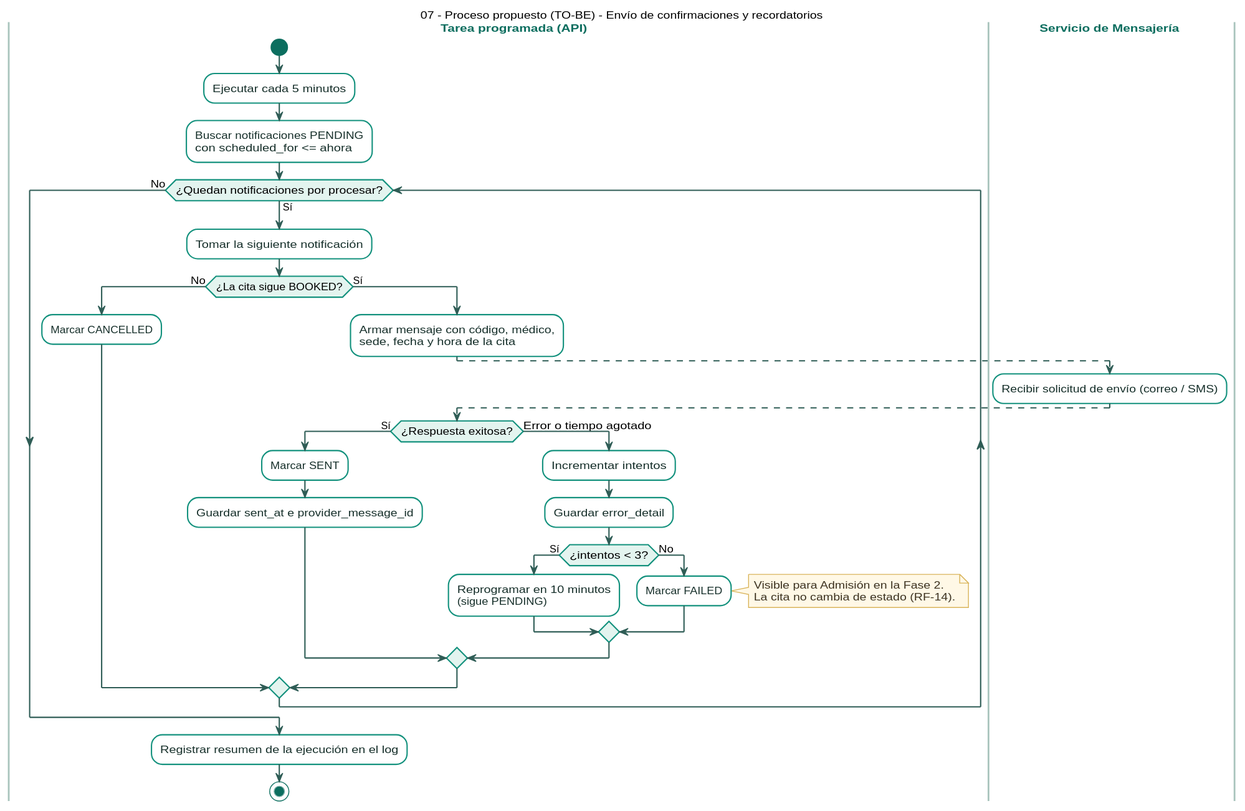
Jimena-CC/ProyectoCitasMedicas keeps this PlantUML diagram as docs/diagrams/processes/proposed/img/04-process-notifications.svg. Above is the earlier version.
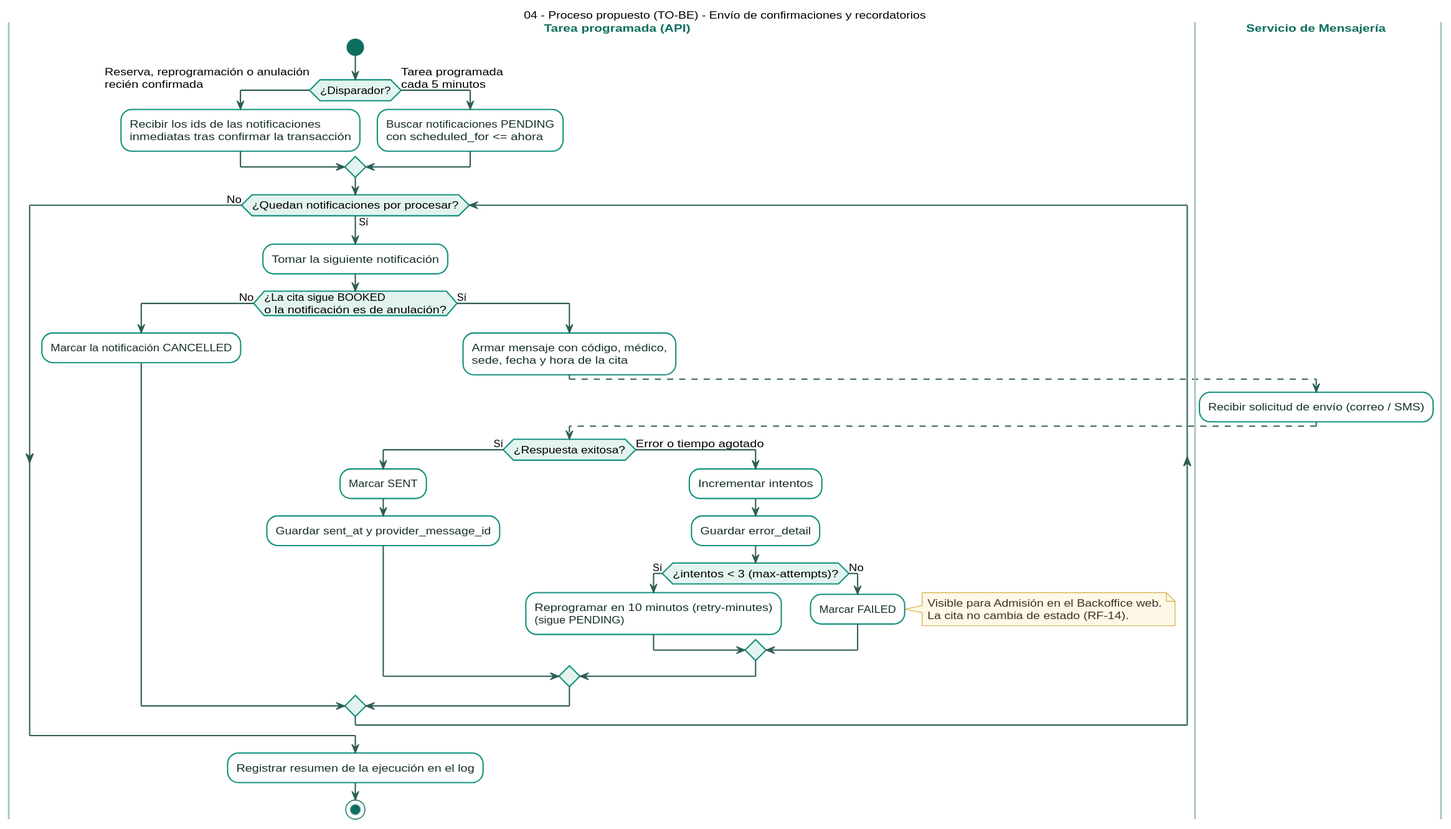
After the change.

Change to the diagram source:
```diff
@@ -1,5 +1,5 @@
 @startuml
-title 07 - Proceso propuesto (TO-BE) - Envío de confirmaciones y recordatorios
+title 04 - Proceso propuesto (TO-BE) - Envío de confirmaciones y recordatorios
 
 skinparam shadowing false
 skinparam roundCorner 10
@@ -29,13 +29,16 @@
 
 |Tarea programada (API)|
 start
-:Ejecutar cada 5 minutos;
-:Buscar notificaciones PENDING\ncon scheduled_for <= ahora;
+if (¿Disparador?) then (Reserva, reprogramación o anulación\nrecién confirmada)
+  :Recibir los ids de las notificaciones\ninmediatas tras confirmar la transacción;
+else (Tarea programada\ncada 5 minutos)
+  :Buscar notificaciones PENDING\ncon scheduled_for <= ahora;
+endif
 
 while (¿Quedan notificaciones por procesar?) is (Sí)
   :Tomar la siguiente notificación;
-  if (¿La cita sigue BOOKED?) then (No)
-    :Marcar CANCELLED;
+  if (¿La cita sigue BOOKED\no la notificación es de anulación?) then (No)
+    :Marcar la notificación CANCELLED;
   else (Sí)
     :Armar mensaje con código, médico,\nsede, fecha y hora de la cita;
     -[#2F5D56,dashed]->
@@ -45,16 +48,16 @@
     |Tarea programada (API)|
     if (¿Respuesta exitosa?) then (Sí)
       :Marcar SENT;
-      :Guardar sent_at e provider_message_id;
+      :Guardar sent_at y provider_message_id;
     else (Error o tiempo agotado)
       :Incrementar intentos;
       :Guardar error_detail;
-      if (¿intentos < 3?) then (Sí)
-        :Reprogramar en 10 minutos\n(sigue PENDING);
+      if (¿intentos < 3 (max-attempts)?) then (Sí)
+        :Reprogramar en 10 minutos (retry-minutes)\n(sigue PENDING);
       else (No)
         :Marcar FAILED;
         note right
-          Visible para Admisión en la Fase 2.
+          Visible para Admisión en el Backoffice web.
           La cita no cambia de estado (RF-14).
         end note
       endif
```
